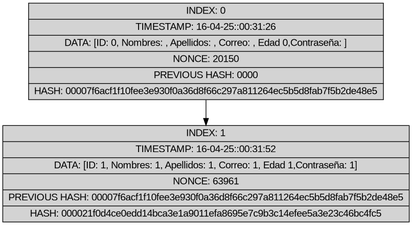
EstebanTrampe01/-EDD-1S2025_202300431 keeps this Graphviz diagram as FASE#3/AutoGest/reports/Usuarios.png. Above is the earlier version. Its source is kept beside it as FASE#3/AutoGest/reports/Usuarios.dot.
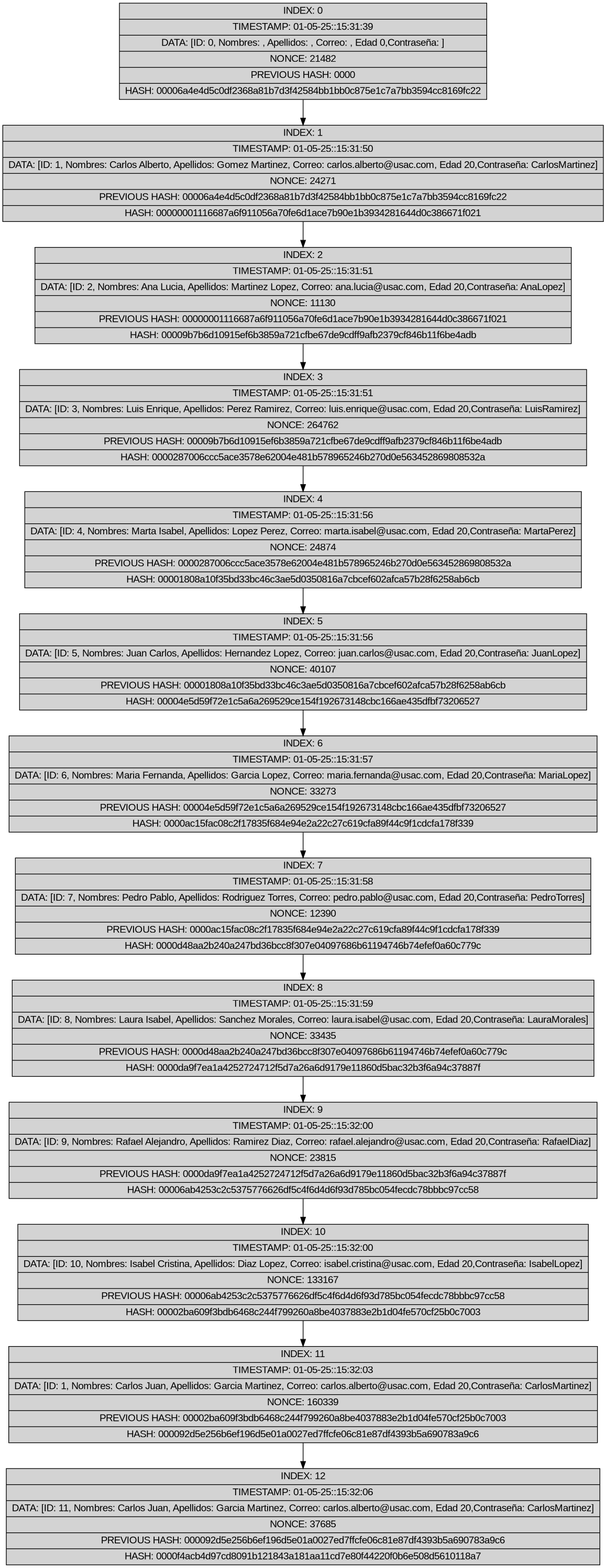
The same file after the commit.

Diff of the diagram source:
```diff
@@ -1,6 +1,28 @@
 digraph Blockchain {
     node [shape=record, style=filled, fontname="Arial"];
-    Block0 [label="{ INDEX: 0 | TIMESTAMP: 16-04-25::00:31:26 | DATA: [ID: 0, Nombres: , Apellidos: , Correo: , Edad 0,Contraseña: ] | NONCE: 20150 | PREVIOUS HASH: 0000 | HASH: 00007f6acf1f10fee3e930f0a36d8f66c297a811264ec5b5d8fab7f5b2de48e5 }"];
+    Block0 [label="{ INDEX: 0 | TIMESTAMP: 01-05-25::15:31:39 | DATA: [ID: 0, Nombres: , Apellidos: , Correo: , Edad 0,Contraseña: ] | NONCE: 21482 | PREVIOUS HASH: 0000 | HASH: 00006a4e4d5c0df2368a81b7d3f42584bb1bb0c875e1c7a7bb3594cc8169fc22 }"];
     Block0 -> Block1;
-    Block1 [label="{ INDEX: 1 | TIMESTAMP: 16-04-25::00:31:52 | DATA: [ID: 1, Nombres: 1, Apellidos: 1, Correo: 1, Edad 1,Contraseña: 1] | NONCE: 63961 | PREVIOUS HASH: 00007f6acf1f10fee3e930f0a36d8f66c297a811264ec5b5d8fab7f5b2de48e5 | HASH: 000021f0d4ce0edd14bca3e1a9011efa8695e7c9b3c14efee5a3e23c46bc4fc5 }"];
+    Block1 [label="{ INDEX: 1 | TIMESTAMP: 01-05-25::15:31:50 | DATA: [ID: 1, Nombres: Carlos Alberto, Apellidos: Gomez Martinez, Correo: carlos.alberto@usac.com, Edad 20,Contraseña: CarlosMartinez] | NONCE: 24271 | PREVIOUS HASH: 00006a4e4d5c0df2368a81b7d3f42584bb1bb0c875e1c7a7bb3594cc8169fc22 | HASH: 00000001116687a6f911056a70fe6d1ace7b90e1b3934281644d0c386671f021 }"];
+    Block1 -> Block2;
+    Block2 [label="{ INDEX: 2 | TIMESTAMP: 01-05-25::15:31:51 | DATA: [ID: 2, Nombres: Ana Lucia, Apellidos: Martinez Lopez, Correo: ana.lucia@usac.com, Edad 20,Contraseña: AnaLopez] | NONCE: 11130 | PREVIOUS HASH: 00000001116687a6f911056a70fe6d1ace7b90e1b3934281644d0c386671f021 | HASH: 00009b7b6d10915ef6b3859a721cfbe67de9cdff9afb2379cf846b11f6be4adb }"];
+    Block2 -> Block3;
+    Block3 [label="{ INDEX: 3 | TIMESTAMP: 01-05-25::15:31:51 | DATA: [ID: 3, Nombres: Luis Enrique, Apellidos: Perez Ramirez, Correo: luis.enrique@usac.com, Edad 20,Contraseña: LuisRamirez] | NONCE: 264762 | PREVIOUS HASH: 00009b7b6d10915ef6b3859a721cfbe67de9cdff9afb2379cf846b11f6be4adb | HASH: 0000287006ccc5ace3578e62004e481b578965246b270d0e563452869808532a }"];
+    Block3 -> Block4;
+    Block4 [label="{ INDEX: 4 | TIMESTAMP: 01-05-25::15:31:56 | DATA: [ID: 4, Nombres: Marta Isabel, Apellidos: Lopez Perez, Correo: marta.isabel@usac.com, Edad 20,Contraseña: MartaPerez] | NONCE: 24874 | PREVIOUS HASH: 0000287006ccc5ace3578e62004e481b578965246b270d0e563452869808532a | HASH: 00001808a10f35bd33bc46c3ae5d0350816a7cbcef602afca57b28f6258ab6cb }"];
+    Block4 -> Block5;
+    Block5 [label="{ INDEX: 5 | TIMESTAMP: 01-05-25::15:31:56 | DATA: [ID: 5, Nombres: Juan Carlos, Apellidos: Hernandez Lopez, Correo: juan.carlos@usac.com, Edad 20,Contraseña: JuanLopez] | NONCE: 40107 | PREVIOUS HASH: 00001808a10f35bd33bc46c3ae5d0350816a7cbcef602afca57b28f6258ab6cb | HASH: 00004e5d59f72e1c5a6a269529ce154f192673148cbc166ae435dfbf73206527 }"];
+    Block5 -> Block6;
+    Block6 [label="{ INDEX: 6 | TIMESTAMP: 01-05-25::15:31:57 | DATA: [ID: 6, Nombres: Maria Fernanda, Apellidos: Garcia Lopez, Correo: maria.fernanda@usac.com, Edad 20,Contraseña: MariaLopez] | NONCE: 33273 | PREVIOUS HASH: 00004e5d59f72e1c5a6a269529ce154f192673148cbc166ae435dfbf73206527 | HASH: 0000ac15fac08c2f17835f684e94e2a22c27c619cfa89f44c9f1cdcfa178f339 }"];
+    Block6 -> Block7;
+    Block7 [label="{ INDEX: 7 | TIMESTAMP: 01-05-25::15:31:58 | DATA: [ID: 7, Nombres: Pedro Pablo, Apellidos: Rodriguez Torres, Correo: pedro.pablo@usac.com, Edad 20,Contraseña: PedroTorres] | NONCE: 12390 | PREVIOUS HASH: 0000ac15fac08c2f17835f684e94e2a22c27c619cfa89f44c9f1cdcfa178f339 | HASH: 0000d48aa2b240a247bd36bcc8f307e04097686b61194746b74efef0a60c779c }"];
+    Block7 -> Block8;
+    Block8 [label="{ INDEX: 8 | TIMESTAMP: 01-05-25::15:31:59 | DATA: [ID: 8, Nombres: Laura Isabel, Apellidos: Sanchez Morales, Correo: laura.isabel@usac.com, Edad 20,Contraseña: LauraMorales] | NONCE: 33435 | PREVIOUS HASH: 0000d48aa2b240a247bd36bcc8f307e04097686b61194746b74efef0a60c779c | HASH: 0000da9f7ea1a4252724712f5d7a26a6d9179e11860d5bac32b3f6a94c37887f }"];
+    Block8 -> Block9;
+    Block9 [label="{ INDEX: 9 | TIMESTAMP: 01-05-25::15:32:00 | DATA: [ID: 9, Nombres: Rafael Alejandro, Apellidos: Ramirez Diaz, Correo: rafael.alejandro@usac.com, Edad 20,Contraseña: RafaelDiaz] | NONCE: 23815 | PREVIOUS HASH: 0000da9f7ea1a4252724712f5d7a26a6d9179e11860d5bac32b3f6a94c37887f | HASH: 00006ab4253c2c5375776626df5c4f6d4d6f93d785bc054fecdc78bbbc97cc58 }"];
+    Block9 -> Block10;
+    Block10 [label="{ INDEX: 10 | TIMESTAMP: 01-05-25::15:32:00 | DATA: [ID: 10, Nombres: Isabel Cristina, Apellidos: Diaz Lopez, Correo: isabel.cristina@usac.com, Edad 20,Contraseña: IsabelLopez] | NONCE: 133167 | PREVIOUS HASH: 00006ab4253c2c5375776626df5c4f6d4d6f93d785bc054fecdc78bbbc97cc58 | HASH: 00002ba609f3bdb6468c244f799260a8be4037883e2b1d04fe570cf25b0c7003 }"];
+    Block10 -> Block11;
+    Block11 [label="{ INDEX: 11 | TIMESTAMP: 01-05-25::15:32:03 | DATA: [ID: 1, Nombres: Carlos Juan, Apellidos: Garcia Martinez, Correo: carlos.alberto@usac.com, Edad 20,Contraseña: CarlosMartinez] | NONCE: 160339 | PREVIOUS HASH: 00002ba609f3bdb6468c244f799260a8be4037883e2b1d04fe570cf25b0c7003 | HASH: 000092d5e256b6ef196d5e01a0027ed7ffcfe06c81e87df4393b5a690783a9c6 }"];
+    Block11 -> Block12;
+    Block12 [label="{ INDEX: 12 | TIMESTAMP: 01-05-25::15:32:06 | DATA: [ID: 11, Nombres: Carlos Juan, Apellidos: Garcia Martinez, Correo: carlos.alberto@usac.com, Edad 20,Contraseña: CarlosMartinez] | NONCE: 37685 | PREVIOUS HASH: 000092d5e256b6ef196d5e01a0027ed7ffcfe06c81e87df4393b5a690783a9c6 | HASH: 0000f4acb4d97cd8091b121843a181aa11cd7e80f44220f0b6e508d5610118a7 }"];
 }
```
